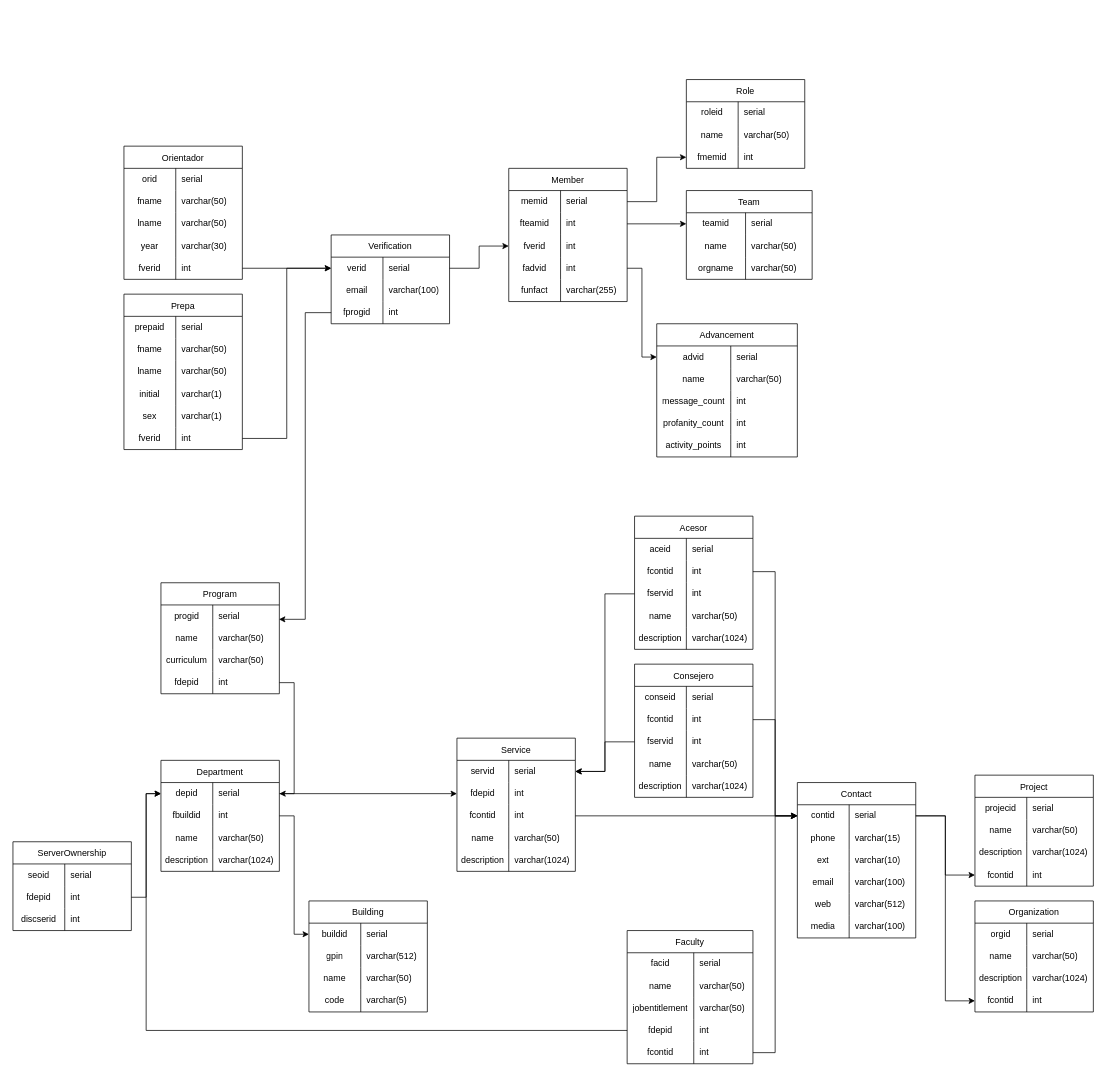
AlfredoSoto1/BotOrientador keeps this draw.io diagram as schema/Untitled Diagram.drawio. Above is the earlier version. Source tidied: cells renumbered, new cells numbered last; positions are measured from the earlier drawing's top-left corner, leaving out a move shared by most shapes. Both pictures are drawn from the tidied source at 74%, with x=0, y=0 at pixel (13, 79).
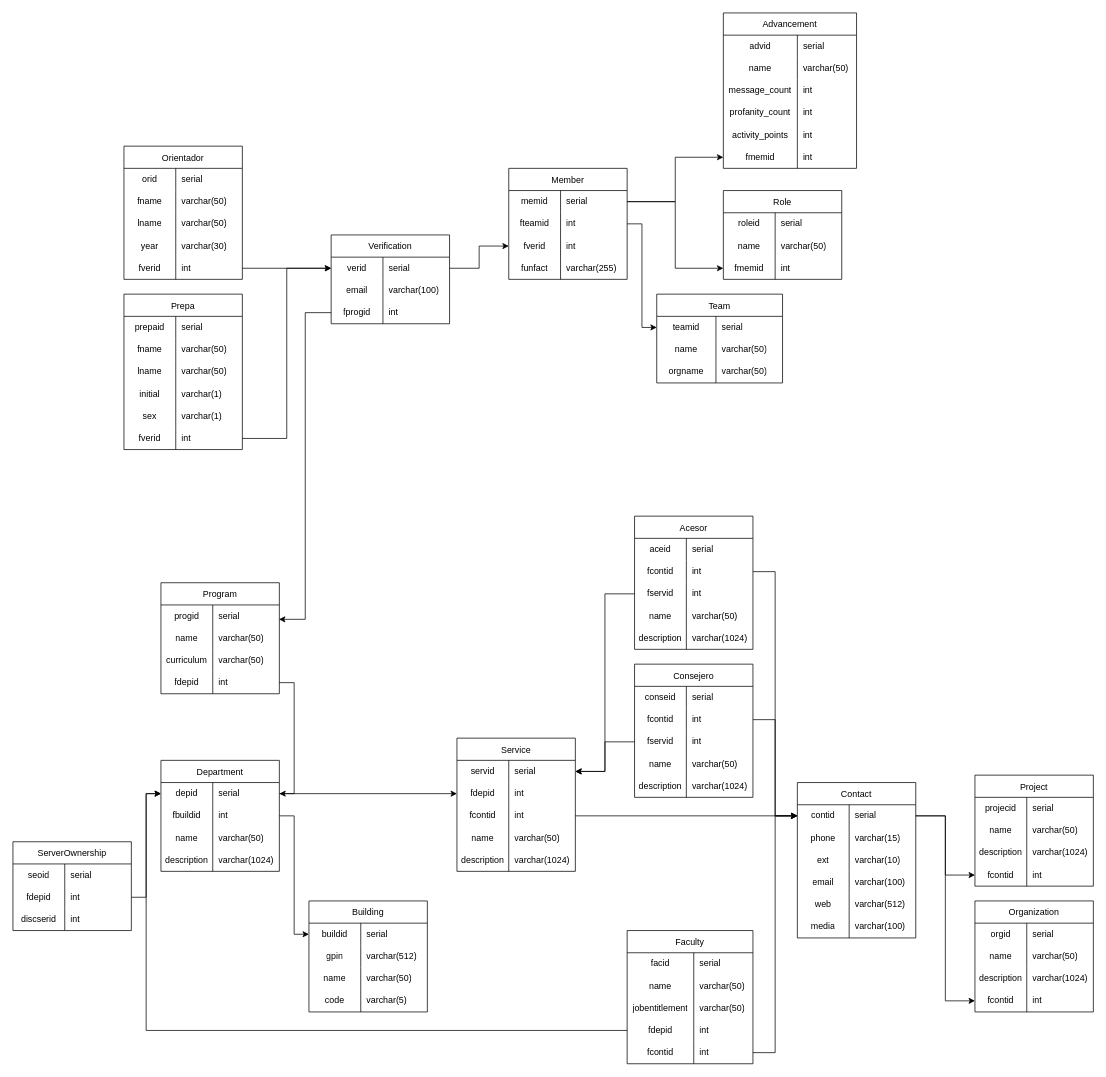
The same diagram, later.

Unchanged cells that the change refers to:
```xml
<mxCell id="48" style="shape=tableRow;horizontal=0;startSize=0;swimlaneHead=0;swimlaneBody=0;top=0;left=0;bottom=0;right=0;fillColor=none;points=[[0,0.5],[1,0.5]];portConstraint=eastwest;strokeColor=inherit;fontSize=12;" parent="47" vertex="1">
  <mxGeometry y="30" width="160" height="30" as="geometry" />
</mxCell>
```

The edit, as a diff of the source:
```diff
@@
     <mxCell id="47" value="Member" style="shape=table;startSize=30;childLayout=tableLayout;rowLines=0;fontStyle=0;strokeColor=default;fontSize=12;" parent="1" vertex="1">
-      <mxGeometry x="670" y="120" width="160" height="180" as="geometry" />
+      <mxGeometry x="670" y="120" width="160" height="150" as="geometry" />
     </mxCell>
@@
-    <mxCell id="57" style="shape=tableRow;horizontal=0;startSize=0;swimlaneHead=0;swimlaneBody=0;top=0;left=0;bottom=0;right=0;fillColor=none;points=[[0,0.5],[1,0.5]];portConstraint=eastwest;strokeColor=inherit;fontSize=12;" parent="47" vertex="1">
-      <mxGeometry y="120" width="160" height="30" as="geometry" />
-    </mxCell>
-    <mxCell id="58" value="fadvid" style="shape=partialRectangle;html=1;whiteSpace=wrap;fillColor=none;top=0;left=0;bottom=0;right=0;overflow=hidden;strokeColor=inherit;fontSize=12;" parent="57" vertex="1">
-      <mxGeometry width="70" height="30" as="geometry" />
-    </mxCell>
-    <mxCell id="59" value="int" style="shape=partialRectangle;html=1;whiteSpace=wrap;fillColor=none;top=0;left=0;bottom=0;right=0;align=left;spacingLeft=6;overflow=hidden;strokeColor=inherit;fontSize=12;" parent="57" vertex="1">
-      <mxGeometry x="70" width="90" height="30" as="geometry" />
-    </mxCell>
     <mxCell id="60" style="shape=tableRow;horizontal=0;startSize=0;swimlaneHead=0;swimlaneBody=0;top=0;left=0;bottom=0;right=0;fillColor=none;strokeColor=inherit;fontSize=12;" parent="47" vertex="1">
-      <mxGeometry y="150" width="160" height="30" as="geometry" />
+      <mxGeometry y="120" width="160" height="30" as="geometry" />
     </mxCell>
@@
     <mxCell id="63" value="Team" style="shape=table;startSize=30;childLayout=tableLayout;rowLines=0;fontStyle=0;strokeColor=default;fontSize=12;" parent="1" vertex="1">
-      <mxGeometry x="910" y="150" width="170" height="120" as="geometry" />
+      <mxGeometry x="870" y="290" width="170" height="120" as="geometry" />
     </mxCell>
@@
     <mxCell id="76" value="Advancement" style="shape=table;startSize=30;childLayout=tableLayout;rowLines=0;fontStyle=0;strokeColor=default;fontSize=12;" parent="1" vertex="1">
-      <mxGeometry x="870" y="330" width="190" height="180" as="geometry" />
+      <mxGeometry x="960" y="-90" width="180" height="210" as="geometry" />
     </mxCell>
     <mxCell id="77" style="shape=tableRow;horizontal=0;startSize=0;swimlaneHead=0;swimlaneBody=0;top=0;left=0;bottom=0;right=0;fillColor=none;points=[[0,0.5],[1,0.5]];portConstraint=eastwest;strokeColor=inherit;fontSize=12;" parent="76" vertex="1">
-      <mxGeometry y="30" width="190" height="30" as="geometry" />
+      <mxGeometry y="30" width="180" height="30" as="geometry" />
     </mxCell>
@@
     <mxCell id="79" value="serial" style="shape=partialRectangle;html=1;whiteSpace=wrap;fillColor=none;top=0;left=0;bottom=0;right=0;align=left;spacingLeft=6;overflow=hidden;strokeColor=inherit;fontSize=12;" parent="77" vertex="1">
-      <mxGeometry x="100" width="90" height="30" as="geometry" />
+      <mxGeometry x="100" width="80" height="30" as="geometry" />
     </mxCell>
     <mxCell id="80" style="shape=tableRow;horizontal=0;startSize=0;swimlaneHead=0;swimlaneBody=0;top=0;left=0;bottom=0;right=0;fillColor=none;strokeColor=inherit;fontSize=12;" parent="76" vertex="1">
-      <mxGeometry y="60" width="190" height="30" as="geometry" />
+      <mxGeometry y="60" width="180" height="30" as="geometry" />
     </mxCell>
@@
     <mxCell id="82" value="varchar(50)" style="shape=partialRectangle;html=1;whiteSpace=wrap;fillColor=none;top=0;left=0;bottom=0;right=0;align=left;spacingLeft=6;overflow=hidden;strokeColor=inherit;fontSize=12;" parent="80" vertex="1">
-      <mxGeometry x="100" width="90" height="30" as="geometry" />
+      <mxGeometry x="100" width="80" height="30" as="geometry" />
     </mxCell>
     <mxCell id="83" style="shape=tableRow;horizontal=0;startSize=0;swimlaneHead=0;swimlaneBody=0;top=0;left=0;bottom=0;right=0;fillColor=none;strokeColor=inherit;fontSize=12;" parent="76" vertex="1">
-      <mxGeometry y="90" width="190" height="30" as="geometry" />
+      <mxGeometry y="90" width="180" height="30" as="geometry" />
     </mxCell>
@@
     <mxCell id="85" value="int" style="shape=partialRectangle;html=1;whiteSpace=wrap;fillColor=none;top=0;left=0;bottom=0;right=0;align=left;spacingLeft=6;overflow=hidden;strokeColor=inherit;fontSize=12;" parent="83" vertex="1">
-      <mxGeometry x="100" width="90" height="30" as="geometry" />
+      <mxGeometry x="100" width="80" height="30" as="geometry" />
     </mxCell>
     <mxCell id="86" style="shape=tableRow;horizontal=0;startSize=0;swimlaneHead=0;swimlaneBody=0;top=0;left=0;bottom=0;right=0;fillColor=none;strokeColor=inherit;fontSize=12;" parent="76" vertex="1">
-      <mxGeometry y="120" width="190" height="30" as="geometry" />
+      <mxGeometry y="120" width="180" height="30" as="geometry" />
     </mxCell>
@@
     <mxCell id="88" value="int" style="shape=partialRectangle;html=1;whiteSpace=wrap;fillColor=none;top=0;left=0;bottom=0;right=0;align=left;spacingLeft=6;overflow=hidden;strokeColor=inherit;fontSize=12;" parent="86" vertex="1">
-      <mxGeometry x="100" width="90" height="30" as="geometry" />
+      <mxGeometry x="100" width="80" height="30" as="geometry" />
     </mxCell>
     <mxCell id="89" style="shape=tableRow;horizontal=0;startSize=0;swimlaneHead=0;swimlaneBody=0;top=0;left=0;bottom=0;right=0;fillColor=none;strokeColor=inherit;fontSize=12;" parent="76" vertex="1">
-      <mxGeometry y="150" width="190" height="30" as="geometry" />
+      <mxGeometry y="150" width="180" height="30" as="geometry" />
     </mxCell>
@@
     <mxCell id="91" value="int" style="shape=partialRectangle;html=1;whiteSpace=wrap;fillColor=none;top=0;left=0;bottom=0;right=0;align=left;spacingLeft=6;overflow=hidden;strokeColor=inherit;fontSize=12;" parent="89" vertex="1">
-      <mxGeometry x="100" width="90" height="30" as="geometry" />
+      <mxGeometry x="100" width="80" height="30" as="geometry" />
     </mxCell>
-    <mxCell id="92" style="edgeStyle=orthogonalEdgeStyle;rounded=0;jettySize=auto;html=1;exitX=1;exitY=0.5;exitDx=0;exitDy=0;entryX=0;entryY=0.5;entryDx=0;entryDy=0;" parent="1" edge="1" source="57" target="77">
-      <mxGeometry relative="1" as="geometry" />
-    </mxCell>
+    <mxCell id="278" style="shape=tableRow;horizontal=0;startSize=0;swimlaneHead=0;swimlaneBody=0;top=0;left=0;bottom=0;right=0;fillColor=none;points=[[0,0.5],[1,0.5]];portConstraint=eastwest;strokeColor=inherit;fontSize=12;" parent="76" vertex="1">
+      <mxGeometry y="180" width="180" height="30" as="geometry" />
+    </mxCell>
+    <mxCell id="279" value="fmemid" style="shape=partialRectangle;html=1;whiteSpace=wrap;fillColor=none;top=0;left=0;bottom=0;right=0;overflow=hidden;strokeColor=inherit;fontSize=12;" parent="278" vertex="1">
+      <mxGeometry width="100" height="30" as="geometry" />
+    </mxCell>
+    <mxCell id="59" value="int" style="shape=partialRectangle;html=1;whiteSpace=wrap;fillColor=none;top=0;left=0;bottom=0;right=0;align=left;spacingLeft=6;overflow=hidden;strokeColor=inherit;fontSize=12;" parent="278" vertex="1">
+      <mxGeometry x="100" width="80" height="30" as="geometry" />
+    </mxCell>
@@
     <mxCell id="264" value="Role" style="shape=table;startSize=30;childLayout=tableLayout;rowLines=0;fontStyle=0;strokeColor=default;fontSize=12;" parent="1" vertex="1">
-      <mxGeometry x="910" width="160" height="120" as="geometry" />
+      <mxGeometry x="960" y="150" width="160" height="120" as="geometry" />
     </mxCell>
@@
+    <mxCell id="280" style="edgeStyle=orthogonalEdgeStyle;rounded=0;jettySize=auto;html=1;exitX=1;exitY=0.5;exitDx=0;exitDy=0;entryX=0;entryY=0.5;entryDx=0;entryDy=0;" parent="1" edge="1" source="48" target="278">
+      <mxGeometry relative="1" as="geometry" />
+    </mxCell>
```
